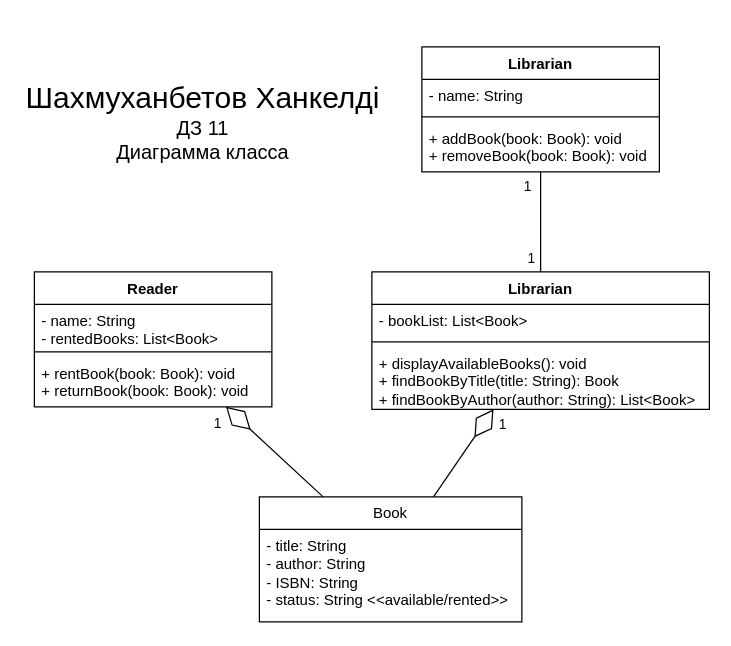
Above: 11/ClassUML/src/Диаграмма класс Ханкельды.drawio in khngldi/Khngldi-Application-design-patterns-HomeWork (draw.io), before the change. Source tidied: cells renumbered, new cells numbered last; positions are measured from the earlier drawing's top-left corner, leaving out a move shared by most shapes. Both pictures are drawn from the tidied source at 125%, with x=0, y=0 at pixel (21, 21).
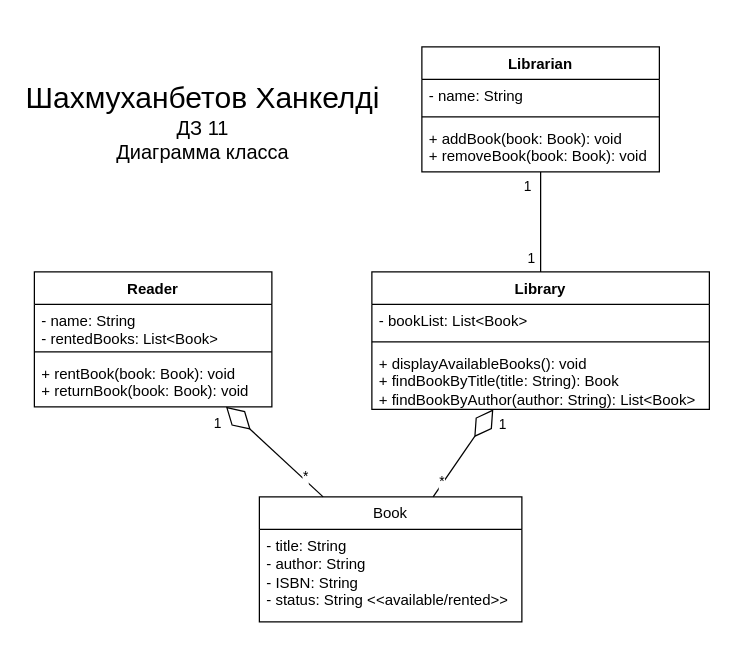
Above is the later version.

Unchanged cells that the change refers to:
```xml
<mxCell id="14" value="Book" style="swimlane;fontStyle=0;horizontal=1;startSize=26;fillColor=none;whiteSpace=wrap;html=1;" parent="1" vertex="1">
  <mxGeometry x="190" y="380" width="210" height="100" as="geometry" />
</mxCell>
<mxCell id="16" style="endArrow=diamondThin;endFill=0;endSize=24;html=1;rounded=0;" parent="1" edge="1" source="14" target="10">
  <mxGeometry relative="1" as="geometry" />
</mxCell>
```

The edit, as a diff of the source:
```diff
@@
-    <mxCell id="6" value="Librarian" style="swimlane;fontStyle=1;align=center;verticalAlign=top;horizontal=1;startSize=26;whiteSpace=wrap;html=1;" parent="1" vertex="1">
+    <mxCell id="6" value="Library" style="swimlane;fontStyle=1;align=center;verticalAlign=top;horizontal=1;startSize=26;whiteSpace=wrap;html=1;" parent="1" vertex="1">
       <mxGeometry x="280" y="200" width="270" height="110" as="geometry" />
     </mxCell>
@@
+    <mxCell id="24" value="*" style="edgeLabel;html=1;align=center;verticalAlign=middle;" parent="16" vertex="1">
+      <mxGeometry x="-0.59" y="-2" relative="1" as="geometry" />
+    </mxCell>
-    <mxCell id="17" style="endArrow=diamondThin;endFill=0;endSize=24;html=1;rounded=0;" parent="1" edge="1" source="14" target="6">
-      <mxGeometry relative="1" as="geometry" />
+    <mxCell id="17" style="endArrow=diamondThin;endFill=0;endSize=24;html=1;rounded=0;" parent="1" edge="1" target="6">
+      <mxGeometry relative="1" as="geometry">
+        <mxPoint x="329" y="380" as="sourcePoint" />
+      </mxGeometry>
     </mxCell>
+    <mxCell id="25" value="*" style="edgeLabel;html=1;align=center;verticalAlign=middle;" parent="17" vertex="1">
+      <mxGeometry x="-0.68" y="1" relative="1" as="geometry">
+        <mxPoint x="-1" as="offset" />
+      </mxGeometry>
+    </mxCell>
```
